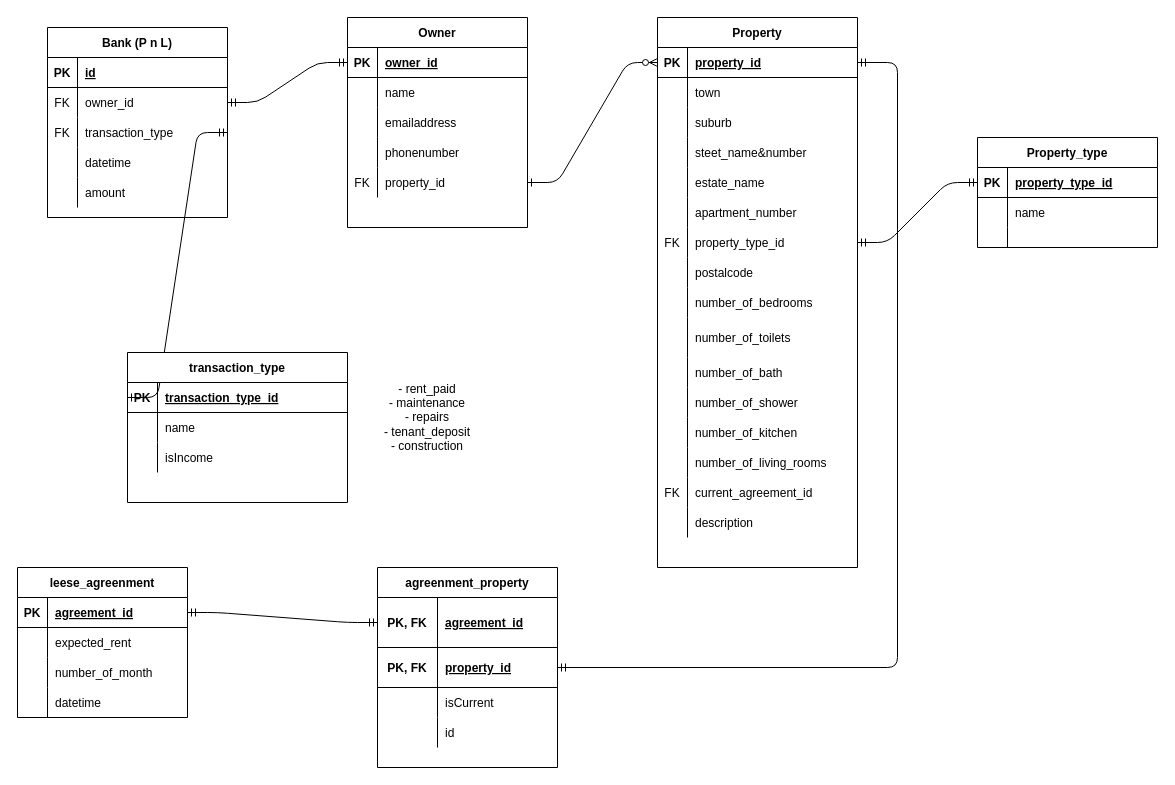
Above: page "Entity" (1 of 3) of src/main/resources/design/PropertyManagement.drawio in ratuku/Property-Management (draw.io), before the change. Source tidied: cells renumbered, new cells numbered last; positions are measured from the earlier drawing's top-left corner, leaving out a move shared by most shapes. Both pictures are drawn from the tidied source at 100%, with x=0, y=0 at pixel (17, 17).
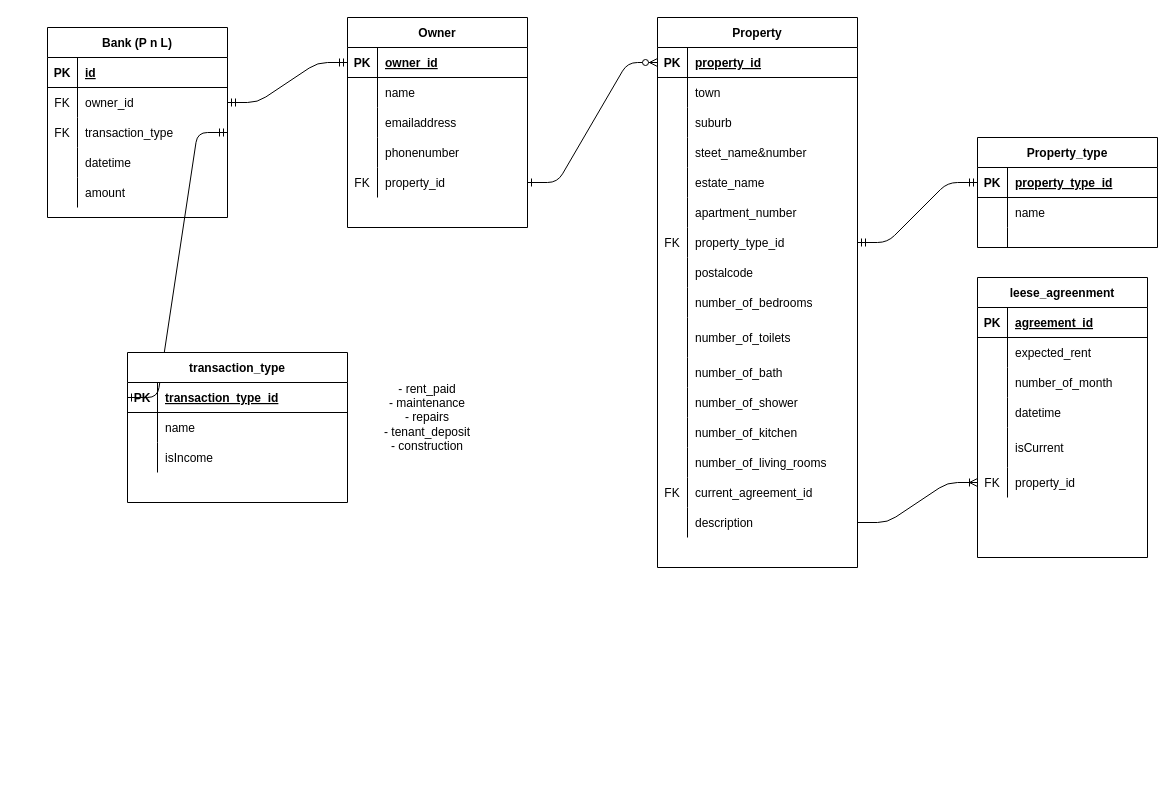
The same diagram, later.

Unchanged cells that the change refers to:
```xml
<mxCell id="51" style="shape=partialRectangle;fillColor=none;top=0;left=0;bottom=1;right=0;points=[[0,0.5],[1,0.5]];portConstraint=eastwest;" parent="50" vertex="1">
  <mxGeometry y="30" width="200" height="30" as="geometry" />
</mxCell>
<mxCell id="96" style="shape=partialRectangle;fillColor=none;top=0;left=0;bottom=0;right=0;points=[[0,0.5],[1,0.5]];portConstraint=eastwest;" parent="50" vertex="1">
  <mxGeometry y="490" width="200" height="30" as="geometry" />
</mxCell>
<mxCell id="123" style="shape=partialRectangle;fillColor=none;top=0;left=0;bottom=1;right=0;points=[[0,0.5],[1,0.5]];portConstraint=eastwest;" parent="122" vertex="1">
  <mxGeometry y="30" width="170" height="30" as="geometry" />
</mxCell>
```

Change to the diagram source:
```diff
@@
-    <mxCell id="5" style="edgeStyle=orthogonalEdgeStyle;fontSize=12;html=1;endArrow=ERmandOne;startArrow=ERmandOne;entryX=1;entryY=0.5;entryDx=0;entryDy=0;exitX=1;exitY=0.5;exitDx=0;exitDy=0;" parent="1" edge="1" source="113" target="51">
-      <mxGeometry relative="1" as="geometry">
-        <Array as="points">
-          <mxPoint x="880" y="650" />
-          <mxPoint x="880" y="45" />
-        </Array>
-      </mxGeometry>
-    </mxCell>
@@
-    <mxCell id="109" value="agreenment_property" style="shape=table;startSize=30;childLayout=tableLayout;rowLines=0;fontStyle=1;align=center;" parent="1" vertex="1">
-      <mxGeometry x="360" y="550" width="180" height="200" as="geometry" />
-    </mxCell>
-    <mxCell id="110" style="shape=partialRectangle;fillColor=none;top=0;left=0;bottom=1;right=0;points=[[0,0.5],[1,0.5]];portConstraint=eastwest;" parent="109" vertex="1">
-      <mxGeometry y="30" width="180" height="50" as="geometry" />
-    </mxCell>
-    <mxCell id="111" value="PK, FK" style="shape=partialRectangle;fillColor=none;top=0;left=0;bottom=0;right=0;fontStyle=1;overflow=hidden;" parent="110" vertex="1">
-      <mxGeometry width="60" height="50" as="geometry" />
-    </mxCell>
-    <mxCell id="112" value="agreement_id" style="shape=partialRectangle;fillColor=none;top=0;left=0;bottom=0;right=0;align=left;spacingLeft=6;fontStyle=5;overflow=hidden;" parent="110" vertex="1">
-      <mxGeometry x="60" width="120" height="50" as="geometry" />
-    </mxCell>
-    <mxCell id="113" style="shape=partialRectangle;fillColor=none;top=0;left=0;bottom=1;right=0;points=[[0,0.5],[1,0.5]];portConstraint=eastwest;" parent="109" vertex="1">
-      <mxGeometry y="80" width="180" height="40" as="geometry" />
-    </mxCell>
-    <mxCell id="114" value="PK, FK" style="shape=partialRectangle;fillColor=none;top=0;left=0;bottom=0;right=0;fontStyle=1;overflow=hidden;" parent="113" vertex="1">
-      <mxGeometry width="60" height="40" as="geometry" />
-    </mxCell>
-    <mxCell id="115" value="property_id" style="shape=partialRectangle;fillColor=none;top=0;left=0;bottom=0;right=0;align=left;spacingLeft=6;fontStyle=5;overflow=hidden;" parent="113" vertex="1">
-      <mxGeometry x="60" width="120" height="40" as="geometry" />
-    </mxCell>
-    <mxCell id="116" style="shape=partialRectangle;fillColor=none;top=0;left=0;bottom=0;right=0;" parent="109" vertex="1">
-      <mxGeometry y="120" width="180" height="30" as="geometry" />
-    </mxCell>
-    <mxCell id="117" style="shape=partialRectangle;fillColor=none;top=0;left=0;bottom=0;right=0;overflow=hidden;" parent="116" vertex="1">
-      <mxGeometry width="60" height="30" as="geometry" />
-    </mxCell>
-    <mxCell id="118" value="isCurrent" style="shape=partialRectangle;fillColor=none;top=0;left=0;bottom=0;right=0;align=left;spacingLeft=6;overflow=hidden;" parent="116" vertex="1">
-      <mxGeometry x="60" width="120" height="30" as="geometry" />
-    </mxCell>
-    <mxCell id="119" style="shape=partialRectangle;fillColor=none;top=0;left=0;bottom=0;right=0;" parent="109" vertex="1">
-      <mxGeometry y="150" width="180" height="30" as="geometry" />
-    </mxCell>
-    <mxCell id="120" style="shape=partialRectangle;fillColor=none;top=0;left=0;bottom=0;right=0;overflow=hidden;" parent="119" vertex="1">
-      <mxGeometry width="60" height="30" as="geometry" />
-    </mxCell>
-    <mxCell id="121" value="id" style="shape=partialRectangle;fillColor=none;top=0;left=0;bottom=0;right=0;align=left;spacingLeft=6;overflow=hidden;" parent="119" vertex="1">
-      <mxGeometry x="60" width="120" height="30" as="geometry" />
-    </mxCell>
+    <mxCell id="136" style="shape=partialRectangle;fillColor=none;top=0;left=0;bottom=0;right=0;align=left;spacingLeft=6;overflow=hidden;" parent="1" vertex="1">
+      <mxGeometry x="210" y="720" width="140" height="30" as="geometry" />
+    </mxCell>
+    <mxCell id="137" style="edgeStyle=entityRelationEdgeStyle;fontSize=12;html=1;endArrow=ERoneToMany;exitX=1;exitY=0.5;exitDx=0;exitDy=0;entryX=0;entryY=0.5;entryDx=0;entryDy=0;" parent="1" edge="1" source="96" target="138">
+      <mxGeometry relative="1" as="geometry" />
+    </mxCell>
     <mxCell id="122" value="leese_agreenment" style="shape=table;startSize=30;childLayout=tableLayout;rowLines=0;fontStyle=1;align=center;" parent="1" vertex="1">
-      <mxGeometry y="550" width="170" height="150" as="geometry" />
+      <mxGeometry x="960" y="260" width="170" height="280" as="geometry" />
     </mxCell>
@@
-    <mxCell id="135" style="edgeStyle=entityRelationEdgeStyle;fontSize=12;html=1;endArrow=ERmandOne;startArrow=ERmandOne;exitX=1;exitY=0.5;exitDx=0;exitDy=0;entryX=0;entryY=0.5;entryDx=0;entryDy=0;" parent="1" edge="1" source="123" target="110">
-      <mxGeometry relative="1" as="geometry" />
-    </mxCell>
+    <mxCell id="116" style="shape=partialRectangle;fillColor=none;top=0;left=0;bottom=0;right=0;" parent="122" vertex="1">
+      <mxGeometry y="150" width="170" height="40" as="geometry" />
+    </mxCell>
+    <mxCell id="117" style="shape=partialRectangle;fillColor=none;top=0;left=0;bottom=0;right=0;overflow=hidden;" parent="116" vertex="1">
+      <mxGeometry width="30" height="40" as="geometry" />
+    </mxCell>
+    <mxCell id="118" value="isCurrent" style="shape=partialRectangle;fillColor=none;top=0;left=0;bottom=0;right=0;align=left;spacingLeft=6;overflow=hidden;" parent="116" vertex="1">
+      <mxGeometry x="30" width="140" height="40" as="geometry" />
+    </mxCell>
+    <mxCell id="138" style="shape=partialRectangle;fillColor=none;top=0;left=0;bottom=0;right=0;points=[[0,0.5],[1,0.5]];portConstraint=eastwest;" parent="122" vertex="1">
+      <mxGeometry y="190" width="170" height="30" as="geometry" />
+    </mxCell>
+    <mxCell id="139" value="FK" style="shape=partialRectangle;fillColor=none;top=0;left=0;bottom=0;right=0;fontStyle=0;overflow=hidden;" parent="138" vertex="1">
+      <mxGeometry width="30" height="30" as="geometry" />
+    </mxCell>
+    <mxCell id="115" value="property_id" style="shape=partialRectangle;fillColor=none;top=0;left=0;bottom=0;right=0;align=left;spacingLeft=6;fontStyle=0;overflow=hidden;" parent="138" vertex="1">
+      <mxGeometry x="30" width="140" height="30" as="geometry" />
+    </mxCell>
```
